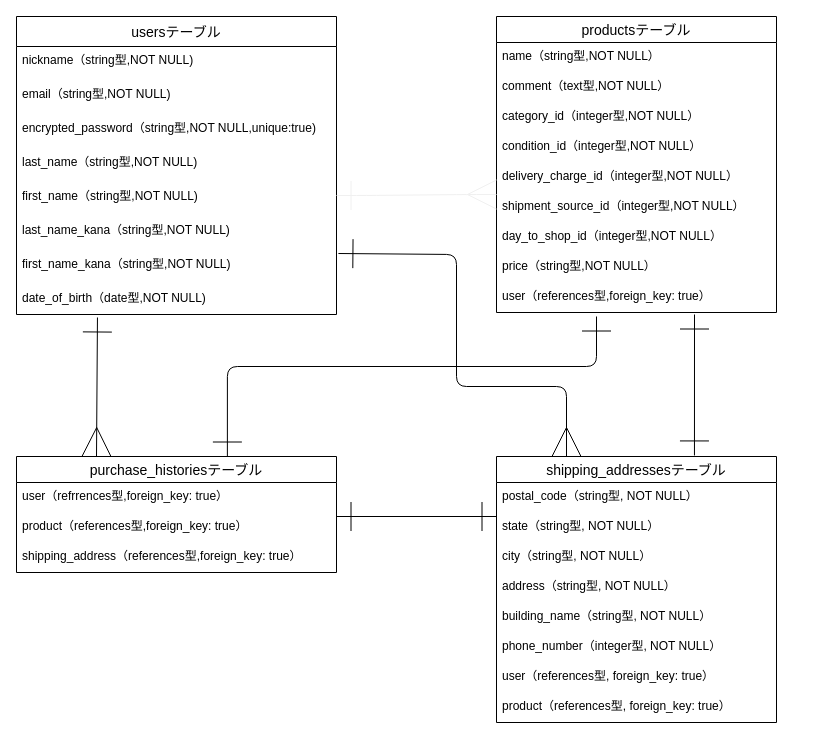
Above: furima.dio in yousuke44/furima-35852 (draw.io), before the change. Source tidied: cells renumbered, new cells numbered last; positions are measured from the earlier drawing's top-left corner, leaving out a move shared by most shapes. Both pictures are drawn from the tidied source at 100%, with x=0, y=0 at pixel (16, 16).
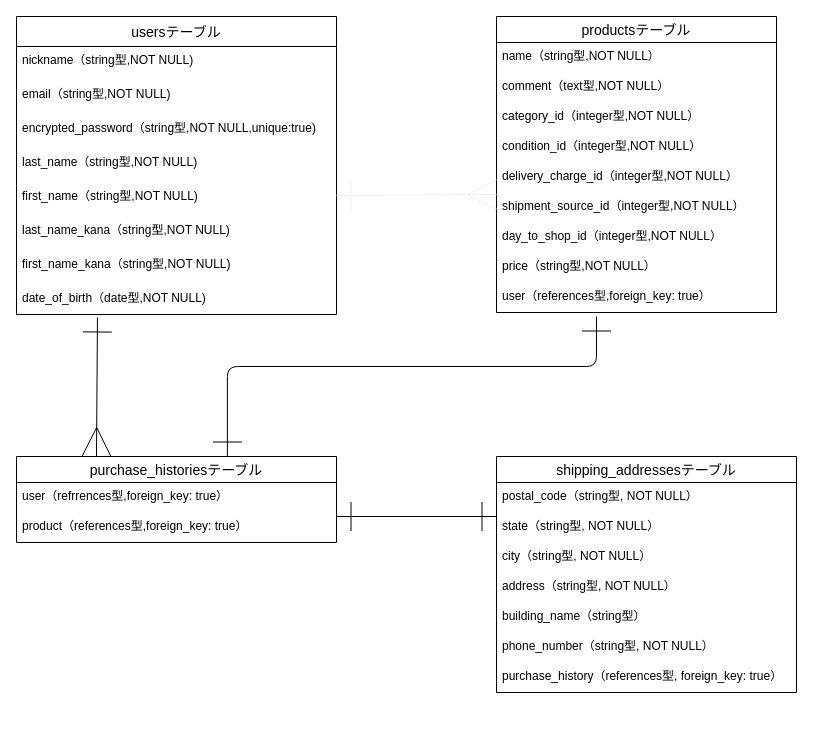
The same page after the edit.

Commit message (it also covers changes not shown here):
データベース設計再修正

Unchanged cells that the change refers to:
```xml
<mxCell id="9" value="first_name_kana（string型,NOT NULL)" style="text;strokeColor=none;fillColor=none;spacingLeft=4;spacingRight=4;overflow=hidden;points=[[0,0.5],[1,0.5]];portConstraint=eastwest;fontSize=12;verticalAlign=middle;align=left;" parent="2" vertex="1">
  <mxGeometry y="230" width="320" height="34" as="geometry" />
</mxCell>
```

Diff of the diagram source:
```diff
@@
     <mxCell id="21" value="shipping_addressesテーブル" style="swimlane;fontStyle=0;horizontal=1;startSize=26;align=center;fontSize=14;" parent="1" vertex="1">
-      <mxGeometry x="480" y="440" width="280" height="266" as="geometry" />
+      <mxGeometry x="480" y="440" width="300" height="236" as="geometry" />
     </mxCell>
     <mxCell id="22" value="postal_code（string型, NOT NULL）" style="text;strokeColor=none;fillColor=none;spacingLeft=4;spacingRight=4;overflow=hidden;fontSize=12;" parent="21" vertex="1">
-      <mxGeometry y="26" width="280" height="30" as="geometry" />
+      <mxGeometry y="26" width="300" height="30" as="geometry" />
     </mxCell>
     <mxCell id="23" value="state（string型, NOT NULL）" style="text;strokeColor=none;fillColor=none;spacingLeft=4;spacingRight=4;overflow=hidden;fontSize=12;" parent="21" vertex="1">
-      <mxGeometry y="56" width="280" height="30" as="geometry" />
+      <mxGeometry y="56" width="300" height="30" as="geometry" />
     </mxCell>
     <mxCell id="24" value="city（string型, NOT NULL）" style="text;strokeColor=none;fillColor=none;spacingLeft=4;spacingRight=4;overflow=hidden;fontSize=12;" parent="21" vertex="1">
-      <mxGeometry y="86" width="280" height="30" as="geometry" />
+      <mxGeometry y="86" width="300" height="30" as="geometry" />
     </mxCell>
     <mxCell id="25" value="address（string型, NOT NULL）" style="text;strokeColor=none;fillColor=none;spacingLeft=4;spacingRight=4;overflow=hidden;fontSize=12;" parent="21" vertex="1">
-      <mxGeometry y="116" width="280" height="30" as="geometry" />
+      <mxGeometry y="116" width="300" height="30" as="geometry" />
     </mxCell>
-    <mxCell id="26" value="building_name（string型, NOT NULL）" style="text;strokeColor=none;fillColor=none;spacingLeft=4;spacingRight=4;overflow=hidden;fontSize=12;" parent="21" vertex="1">
-      <mxGeometry y="146" width="280" height="30" as="geometry" />
+    <mxCell id="26" value="building_name（string型）" style="text;strokeColor=none;fillColor=none;spacingLeft=4;spacingRight=4;overflow=hidden;fontSize=12;" parent="21" vertex="1">
+      <mxGeometry y="146" width="300" height="30" as="geometry" />
     </mxCell>
-    <mxCell id="27" value="phone_number（integer型, NOT NULL）" style="text;strokeColor=none;fillColor=none;spacingLeft=4;spacingRight=4;overflow=hidden;fontSize=12;" parent="21" vertex="1">
-      <mxGeometry y="176" width="280" height="30" as="geometry" />
+    <mxCell id="27" value="phone_number（string型, NOT NULL）" style="text;strokeColor=none;fillColor=none;spacingLeft=4;spacingRight=4;overflow=hidden;fontSize=12;" parent="21" vertex="1">
+      <mxGeometry y="176" width="300" height="30" as="geometry" />
     </mxCell>
-    <mxCell id="28" value="user（references型, foreign_key: true）" style="text;strokeColor=none;fillColor=none;spacingLeft=4;spacingRight=4;overflow=hidden;fontSize=12;" parent="21" vertex="1">
-      <mxGeometry y="206" width="280" height="30" as="geometry" />
+    <mxCell id="28" value="purchase_history（references型, foreign_key: true）" style="text;strokeColor=none;fillColor=none;spacingLeft=4;spacingRight=4;overflow=hidden;fontSize=12;" parent="21" vertex="1">
+      <mxGeometry y="206" width="300" height="30" as="geometry" />
     </mxCell>
-    <mxCell id="29" value="product（references型, foreign_key: true）" style="text;strokeColor=none;fillColor=none;spacingLeft=4;spacingRight=4;overflow=hidden;fontSize=12;" parent="21" vertex="1">
-      <mxGeometry y="236" width="280" height="30" as="geometry" />
-    </mxCell>
     <mxCell id="30" value="purchase_historiesテーブル" style="swimlane;fontStyle=0;horizontal=1;startSize=26;align=center;fontSize=14;" parent="1" vertex="1">
-      <mxGeometry y="440" width="320" height="116" as="geometry" />
+      <mxGeometry y="440" width="320" height="86" as="geometry" />
     </mxCell>
@@
-    <mxCell id="33" value="shipping_address（references型,foreign_key: true）" style="text;strokeColor=none;fillColor=none;spacingLeft=4;spacingRight=4;overflow=hidden;fontSize=12;" parent="30" vertex="1">
-      <mxGeometry y="86" width="320" height="30" as="geometry" />
-    </mxCell>
@@
-    <mxCell id="36" style="endArrow=ERone;html=1;rounded=0;entryX=0.707;entryY=-0.004;entryDx=0;entryDy=0;entryPerimeter=0;endFill=0;startArrow=ERone;startFill=0;endSize=27;startSize=27;" parent="1" edge="1" target="21">
-      <mxGeometry relative="1" as="geometry">
-        <mxPoint x="678" y="298" as="sourcePoint" />
-      </mxGeometry>
-    </mxCell>
-    <mxCell id="37" style="edgeStyle=orthogonalEdgeStyle;fontSize=12;html=1;endArrow=ERmany;exitX=1.006;exitY=0.206;exitDx=0;exitDy=0;exitPerimeter=0;entryX=0.25;entryY=0;entryDx=0;entryDy=0;endSize=27;startArrow=ERone;startFill=0;startSize=27;" parent="1" edge="1" source="9" target="21">
-      <mxGeometry relative="1" as="geometry">
-        <Array as="points">
-          <mxPoint x="440" y="238" />
-          <mxPoint x="440" y="370" />
-          <mxPoint x="550" y="370" />
-        </Array>
-      </mxGeometry>
-    </mxCell>
```
